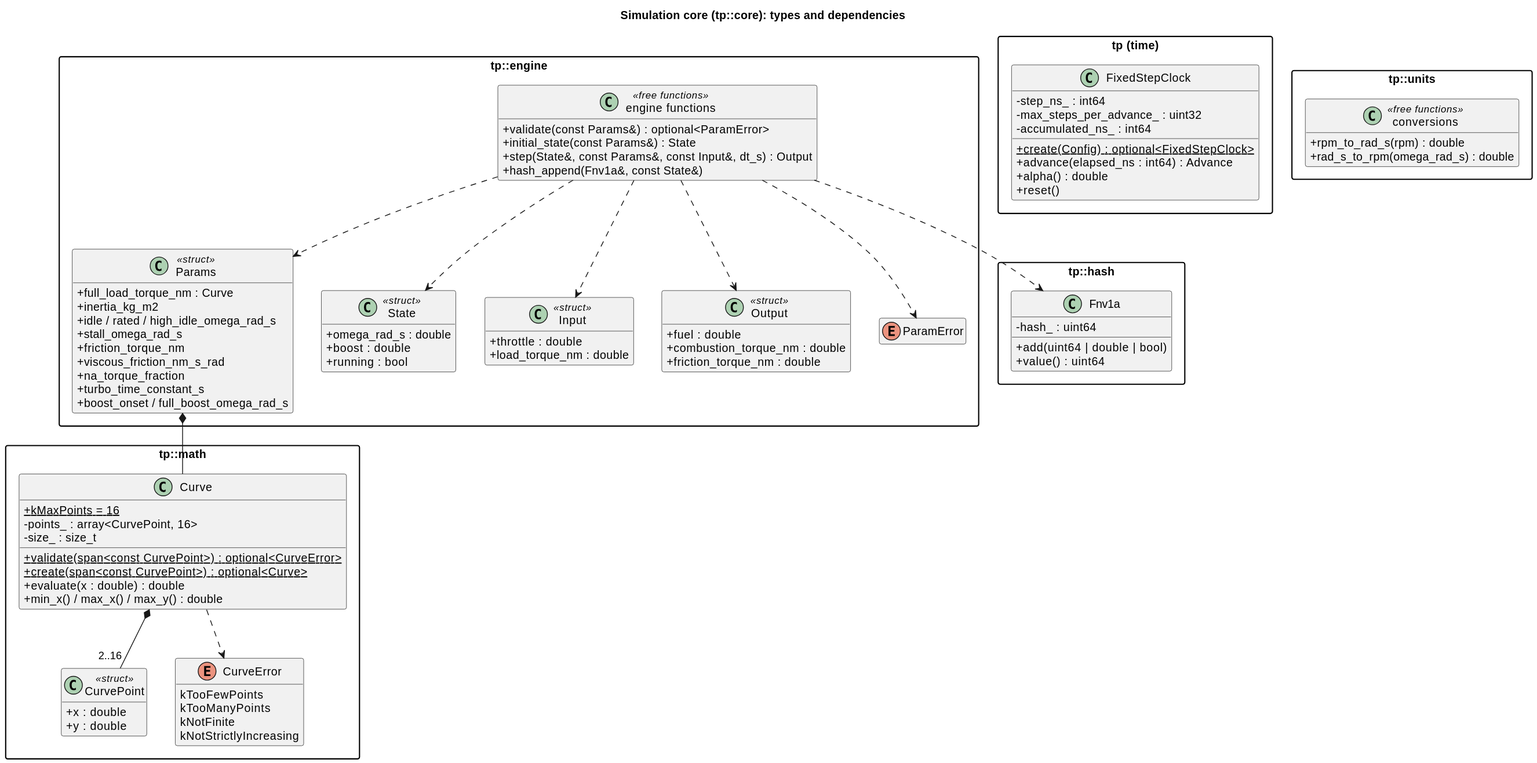
Before: docs/diagrams/svg/core_classes.svg, a diagram exported from PlantUML (wversteeg/TractorPulling). Its diagram source:
```plantuml
@startuml
title Simulation core (tp::core): types and dependencies
hide empty members
skinparam packageStyle rectangle
skinparam classAttributeIconSize 0

  package "tp::math" {
    class CurvePoint <<struct>> {
      +x : double
      +y : double
    }
    enum CurveError {
      kTooFewPoints
      kTooManyPoints
      kNotFinite
      kNotStrictlyIncreasing
    }
    class Curve {
      +{static} kMaxPoints = 16
      -points_ : array<CurvePoint, 16>
      -size_ : size_t
      +{static} validate(span<const CurvePoint>) : optional<CurveError>
      +{static} create(span<const CurvePoint>) : optional<Curve>
      +evaluate(x : double) : double
      +min_x() / max_x() / max_y() : double
    }
    Curve *-- "2..16" CurvePoint
    Curve ..> CurveError
  }

  package "tp::engine" {
    class Params <<struct>> {
      +full_load_torque_nm : Curve
      +inertia_kg_m2
      +idle / rated / high_idle_omega_rad_s
      +stall_omega_rad_s
      +friction_torque_nm
      +viscous_friction_nm_s_rad
      +na_torque_fraction
      +turbo_time_constant_s
      +boost_onset / full_boost_omega_rad_s
    }
    class State <<struct>> {
      +omega_rad_s : double
      +boost : double
      +running : bool
    }
    class Input <<struct>> {
      +throttle : double
      +load_torque_nm : double
    }
    class Output <<struct>> {
      +fuel : double
      +combustion_torque_nm : double
      +friction_torque_nm : double
    }
    enum ParamError
    class "engine functions" as EngineFns <<free functions>> {
      +validate(const Params&) : optional<ParamError>
      +initial_state(const Params&) : State
      +step(State&, const Params&, const Input&, dt_s) : Output
      +hash_append(Fnv1a&, const State&)
    }
    Params *-- Curve
    EngineFns ..> Params
    EngineFns ..> State
    EngineFns ..> Input
    EngineFns ..> Output
    EngineFns ..> ParamError
  }

  package "tp::hash" {
    class Fnv1a {
      -hash_ : uint64
      +add(uint64 | double | bool)
      +value() : uint64
    }
  }
  EngineFns ..> Fnv1a

  package "tp (time)" {
    class FixedStepClock {
      -step_ns_ : int64
      -max_steps_per_advance_ : uint32
      -accumulated_ns_ : int64
      +{static} create(Config) : optional<FixedStepClock>
      +advance(elapsed_ns : int64) : Advance
      +alpha() : double
      +reset()
    }
  }

  package "tp::units" {
    class "conversions" as Units <<free functions>> {
      +rpm_to_rad_s(rpm) : double
      +rad_s_to_rpm(omega_rad_s) : double
    }
  }
@enduml
```
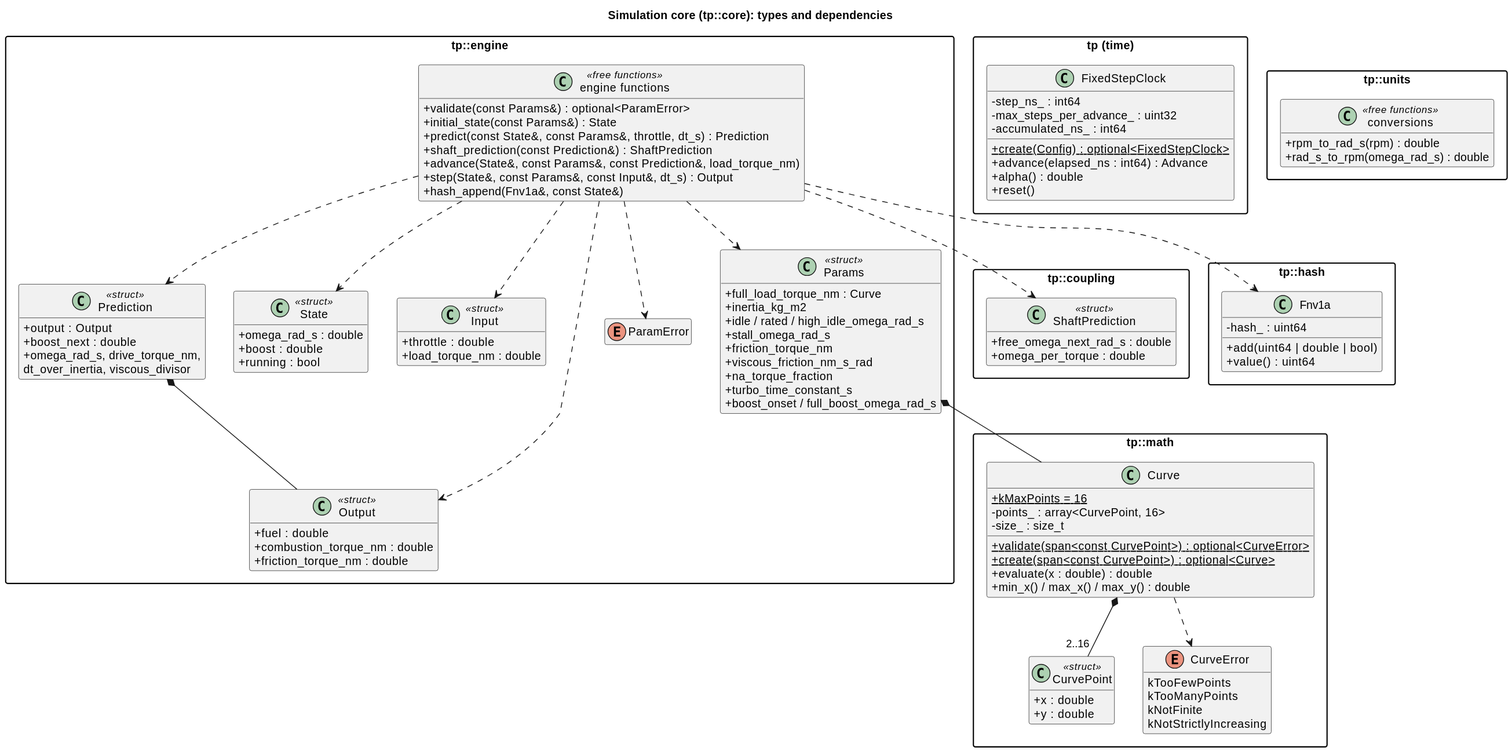
After the commit.

Commit message:
Split engine::step into predict and advance for couplings

The edit, as a diff of the source:
```diff
@@ -55,12 +55,23 @@
       +friction_torque_nm : double
     }
     enum ParamError
+    class Prediction <<struct>> {
+      +output : Output
+      +boost_next : double
+      +omega_rad_s, drive_torque_nm,
+       dt_over_inertia, viscous_divisor
+    }
     class "engine functions" as EngineFns <<free functions>> {
       +validate(const Params&) : optional<ParamError>
       +initial_state(const Params&) : State
+      +predict(const State&, const Params&, throttle, dt_s) : Prediction
+      +shaft_prediction(const Prediction&) : ShaftPrediction
+      +advance(State&, const Params&, const Prediction&, load_torque_nm)
       +step(State&, const Params&, const Input&, dt_s) : Output
       +hash_append(Fnv1a&, const State&)
     }
+    Prediction *-- Output
+    EngineFns ..> Prediction
     Params *-- Curve
     EngineFns ..> Params
     EngineFns ..> State
@@ -68,6 +79,14 @@
     EngineFns ..> Output
     EngineFns ..> ParamError
   }
+
+  package "tp::coupling" {
+    class ShaftPrediction <<struct>> {
+      +free_omega_next_rad_s : double
+      +omega_per_torque : double
+    }
+  }
+  EngineFns ..> ShaftPrediction
 
   package "tp::hash" {
     class Fnv1a {
```
